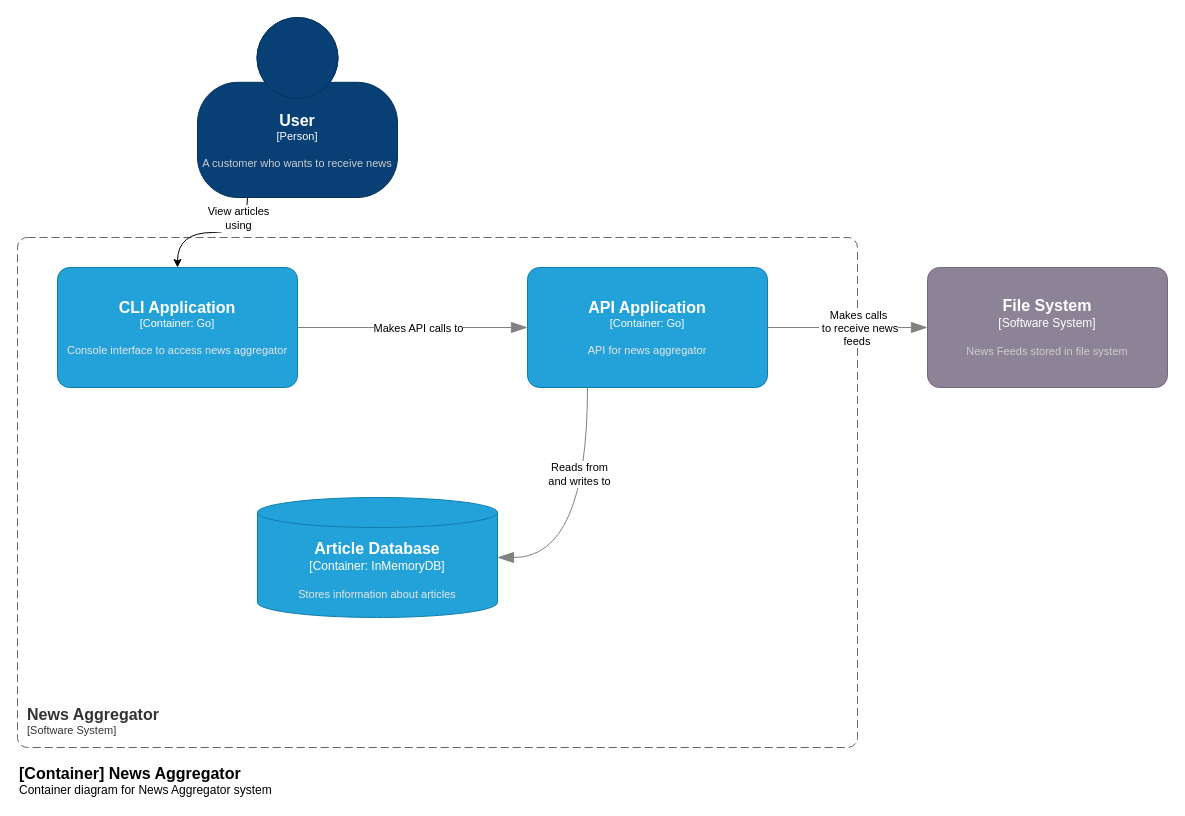
The draw.io diagram page "ContainerDiagram" (2 of 4) of docs/c4model/c4model.drawio.xml in antonchaban/news-aggregator, before the edit. Source tidied: cells renumbered, new cells numbered last; positions are measured from the earlier drawing's top-left corner, leaving out a move shared by most shapes. Both pictures are drawn from the tidied source at 100%, with x=0, y=0 at pixel (17, 17).
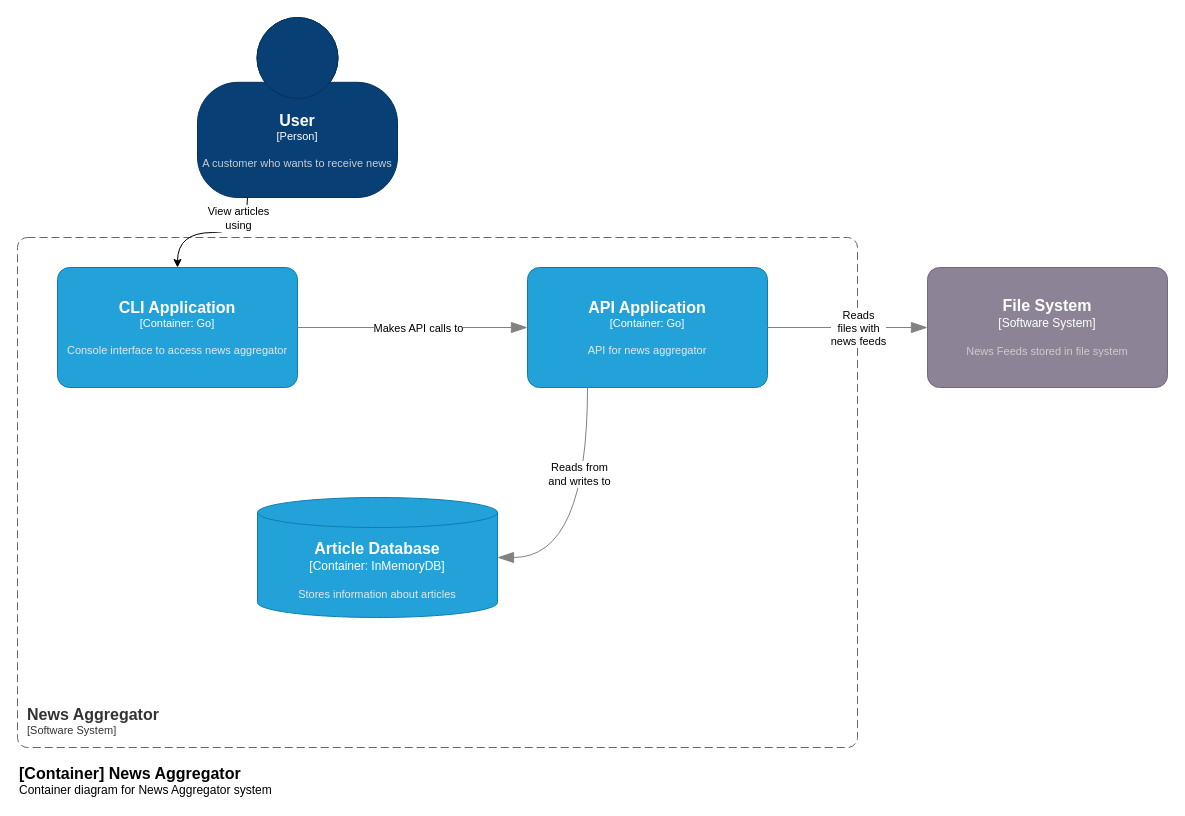
The same diagram, later.

The change refers to these unchanged cells:
```xml
<mxCell id="13" style="endArrow=blockThin;html=1;fontSize=10;fontColor=#404040;strokeWidth=1;endFill=1;strokeColor=#828282;elbow=vertical;endSize=14;startSize=14;jumpStyle=arc;jumpSize=16;rounded=0;edgeStyle=orthogonalEdgeStyle;exitX=1;exitY=0.5;exitDx=0;exitDy=0;exitPerimeter=0;entryX=0;entryY=0.5;entryDx=0;entryDy=0;entryPerimeter=0;" parent="1" edge="1" source="6" target="8">
  <mxGeometry relative="1" as="geometry" />
</mxCell>
```

Change to the diagram source:
```diff
@@
-    <mxCell id="14" value="Makes calls&lt;br&gt;&amp;nbsp;to receive news&lt;br&gt;feeds&amp;nbsp;" style="edgeLabel;html=1;align=center;verticalAlign=middle;" parent="13" vertex="1">
+    <mxCell id="14" value="Reads&lt;br&gt;files with&lt;br&gt;news feeds" style="edgeLabel;html=1;align=center;verticalAlign=middle;" parent="13" vertex="1">
       <mxGeometry x="-0.34" y="-1" relative="1" as="geometry">
         <mxPoint x="37" y="-1" as="offset" />
       </mxGeometry>
     </mxCell>
```
